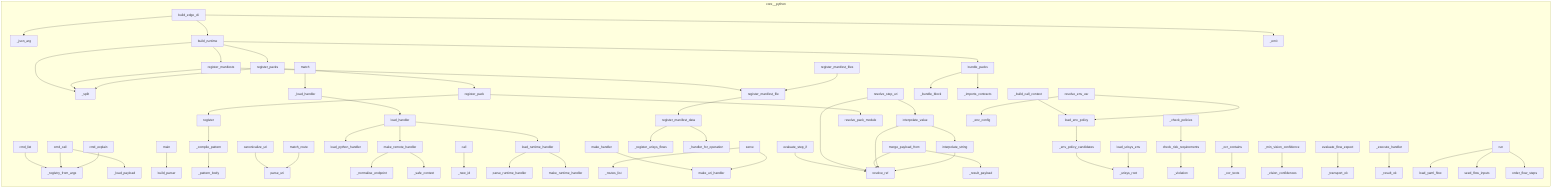
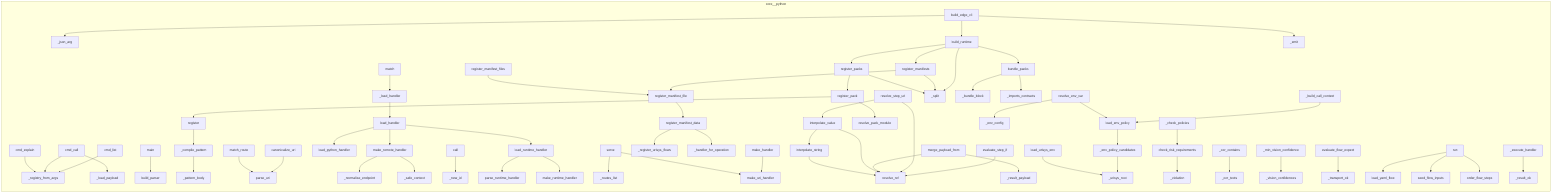
flowchart LR
%% generated in 0.00s
    subgraph core__python
-         core__python__uri_control__edge__compose___split["_split"]
-         core__python__uri_control__edge__runtime__make_handler["make_handler"]
-         core__python__uri_control__edge__flow__loader__load_yaml_flow["load_yaml_flow"]
-         core__python__uri_control__cli__build_parser["build_parser"]
-         core__python__uri_control__handlers__make_remote_handler["make_remote_handler"]
+         core__python__uri_control__registry___compile_pattern["_compile_pattern"]
+         core__python__uri_control__cli___load_payload["_load_payload"]
+         core__python__uri_control__edge__http___routes_list["_routes_list"]
+         core__python__uri_control__parser__canonicalize_uri["canonicalize_uri"]
        core__python__uri_control__edge__flow_refs__evaluate_step_if["evaluate_step_if"]
        core__python__uri_control__edge__compose___bundle_block["_bundle_block"]
-         core__python__uri_control__edge__http___routes_list["_routes_list"]
+         core__python__uri_control__runtime_handlers__load_runtime_handler["load_runtime_handler"]
+         core__python__uri_control__edge__compose__build_runtime["build_runtime"]
+         core__python__uri_control__edge__env___env_config["_env_config"]
+         core__python__uri_control__edge__runtime__Runtime___execute_handler["_execute_handler"]
+         core__python__uri_control__registry___pattern_body["_pattern_body"]
+         core__python__uri_control__edge__flow_refs__interpolate_string["interpolate_string"]
+         core__python__uri_control__edge__compose__bundle_packs["bundle_packs"]
+         core__python__uri_control__handlers__load_handler["load_handler"]
+         core__python__uri_control__edge__manifest__register_manifest_file["register_manifest_file"]
+         core__python__uri_control__edge__flow_expect___ocr_texts["_ocr_texts"]
+         core__python__uri_control__handlers__load_python_handler["load_python_handler"]
+         core__python__uri_control__edge__flow_refs___result_payload["_result_payload"]
+         core__python__uri_control__edge__risk_policy__check_risk_requirements["check_risk_requirements"]
+         core__python__uri_control__edge__runtime__Runtime___load_handler["_load_handler"]
+         core__python__uri_control__edge__flow_refs__resolve_step_uri["resolve_step_uri"]
+         core__python__uri_control__edge__compose___split["_split"]
+         core__python__uri_control__handlers___normalise_endpoint["_normalise_endpoint"]
+         core__python__uri_control__edge__compose___imports_contracts["_imports_contracts"]
+         core__python__uri_control__edge__runtime__Runtime___build_call_context["_build_call_context"]
+         core__python__uri_control__edge__flow__loader__load_yaml_flow["load_yaml_flow"]
+         core__python__uri_control__registry__CapabilityRegistry__register["register"]
+         core__python__uri_control__edge__compose__resolve_pack_module["resolve_pack_module"]
+         core__python__uri_control__cli__cmd_list["cmd_list"]
+         core__python__uri_control__cli___registry_from_args["_registry_from_args"]
+         core__python__uri_control__cli__build_parser["build_parser"]
+         core__python__uri_control__edge__env__load_env_policy["load_env_policy"]
+         core__python__uri_control__edge__env__load_urisys_env["load_urisys_env"]
+         core__python__uri_control__cli__cmd_explain["cmd_explain"]
+         core__python__uri_control__edge__cli__build_edge_cli["build_edge_cli"]
        core__python__uri_control__edge__compose__register_pack["register_pack"]
+         core__python__uri_control__edge__compose__register_manifests["register_manifests"]
+         core__python__uri_control__edge__flow_expect___vision_confidences["_vision_confidences"]
+         core__python__uri_control__edge__flow_expect__evaluate_flow_expect["evaluate_flow_expect"]
+         core__python__uri_control__handlers___safe_context["_safe_context"]
+         core__python__uri_control__edge__manifest___register_urisys_flows["_register_urisys_flows"]
+         core__python__uri_control__edge__runtime__make_handler["make_handler"]
+         core__python__uri_control__dispatcher___new_id["_new_id"]
+         core__python__uri_control__edge__flow_expect___min_vision_confidence["_min_vision_confidence"]
+         core__python__uri_control__edge__cli___json_arg["_json_arg"]
+         core__python__uri_control__runtime_handlers__parse_runtime_handler["parse_runtime_handler"]
+         core__python__uri_control__edge__manifest__register_manifest_files["register_manifest_files"]
+         core__python__uri_control__edge__flow__runner__FlowRunner__run["run"]
+         core__python__uri_control__edge__flow_refs__merge_payload_from["merge_payload_from"]
+         core__python__uri_control__dispatcher__UriControlRuntime__call["call"]
+         core__python__uri_control__edge__flow_expect___ocr_contains["_ocr_contains"]
+         core__python__uri_control__edge__runtime___result_ok["_result_ok"]
+         core__python__uri_control__edge__flow_refs__interpolate_value["interpolate_value"]
        core__python__uri_control__edge__flow__steps__order_flow_steps["order_flow_steps"]
-         core__python__uri_control__edge__flow_refs__interpolate_value["interpolate_value"]
-         core__python__uri_control__handlers___normalise_endpoint["_normalise_endpoint"]
-         core__python__uri_control__edge__compose__bundle_packs["bundle_packs"]
-         core__python__uri_control__edge__env__load_env_policy["load_env_policy"]
-         core__python__uri_control__registry___compile_pattern["_compile_pattern"]
-         core__python__uri_control__registry__CapabilityRegistry__match["match"]
-         core__python__uri_control__cli__cmd_list["cmd_list"]
-         core__python__uri_control__registry___pattern_body["_pattern_body"]
-         core__python__uri_control__edge__flow_expect__evaluate_flow_expect["evaluate_flow_expect"]
-         core__python__uri_control__edge__runtime__Runtime___execute_handler["_execute_handler"]
-         core__python__uri_control__cli__cmd_call["cmd_call"]
-         core__python__uri_control__cli__main["main"]
-         core__python__uri_control__edge__env__load_urisys_env["load_urisys_env"]
-         core__python__uri_control__edge__cli__build_edge_cli["build_edge_cli"]
-         core__python__uri_control__cli___load_payload["_load_payload"]
-         core__python__uri_control__cli___registry_from_args["_registry_from_args"]
-         core__python__uri_control__edge__env___env_config["_env_config"]
-         core__python__uri_control__edge__flow_refs___result_payload["_result_payload"]
+         core__python__uri_control__edge__cli___emit["_emit"]
+         core__python__uri_control__edge__flow_refs__resolve_ref["resolve_ref"]
+         core__python__uri_control__edge__compose__register_packs["register_packs"]
+         core__python__uri_control__edge__runtime__Runtime___check_policies["_check_policies"]
+         core__python__uri_control__edge__risk_policy___violation["_violation"]
        core__python__uri_control__runtime_handlers__make_runtime_handler["make_runtime_handler"]
-         core__python__uri_control__edge__flow_refs__resolve_step_uri["resolve_step_uri"]
-         core__python__uri_control__edge__env___env_policy_candidates["_env_policy_candidates"]
-         core__python__uri_control__edge__manifest___register_urisys_flows["_register_urisys_flows"]
+         core__python__uri_control__edge__env__resolve_env_var["resolve_env_var"]
+         core__python__uri_control__edge__flow_expect___transport_ok["_transport_ok"]
        core__python__uri_control__registry__CapabilityRegistry__match_route["match_route"]
-         core__python__uri_control__runtime_handlers__parse_runtime_handler["parse_runtime_handler"]
-         core__python__uri_control__edge__http__make_uri_handler["make_uri_handler"]
-         core__python__uri_control__edge__cli___json_arg["_json_arg"]
-         core__python__uri_control__edge__compose__resolve_pack_module["resolve_pack_module"]
-         core__python__uri_control__handlers___safe_context["_safe_context"]
-         core__python__uri_control__edge__compose__build_runtime["build_runtime"]
-         core__python__uri_control__edge__compose__register_packs["register_packs"]
-         core__python__uri_control__edge__compose__register_manifests["register_manifests"]
-         core__python__uri_control__edge__compose___imports_contracts["_imports_contracts"]
-         core__python__uri_control__edge__flow_refs__interpolate_string["interpolate_string"]
-         core__python__uri_control__handlers__load_handler["load_handler"]
-         core__python__uri_control__edge__runtime__Runtime___build_call_context["_build_call_context"]
-         core__python__uri_control__edge__flow_refs__merge_payload_from["merge_payload_from"]
-         core__python__uri_control__edge__http__serve["serve"]
-         core__python__uri_control__edge__manifest__register_manifest_files["register_manifest_files"]
-         core__python__uri_control__edge__cli___emit["_emit"]
-         core__python__uri_control__edge__flow_expect___ocr_texts["_ocr_texts"]
        core__python__uri_control__edge__flow_refs__seed_flow_inputs["seed_flow_inputs"]
        core__python__uri_control__edge__manifest__register_manifest_data["register_manifest_data"]
-         core__python__uri_control__edge__env__resolve_env_var["resolve_env_var"]
        core__python__uri_control__parser__parse_uri["parse_uri"]
-         core__python__uri_control__edge__flow__runner__FlowRunner__run["run"]
-         core__python__uri_control__cli__cmd_explain["cmd_explain"]
-         core__python__uri_control__edge__flow_expect___vision_confidences["_vision_confidences"]
-         core__python__uri_control__edge__flow_expect___ocr_contains["_ocr_contains"]
-         core__python__uri_control__edge__risk_policy__check_risk_requirements["check_risk_requirements"]
-         core__python__uri_control__runtime_handlers__load_runtime_handler["load_runtime_handler"]
-         core__python__uri_control__registry__CapabilityRegistry__register["register"]
-         core__python__uri_control__parser__canonicalize_uri["canonicalize_uri"]
-         core__python__uri_control__edge__flow_refs__resolve_ref["resolve_ref"]
-         core__python__uri_control__dispatcher__UriControlRuntime__call["call"]
-         core__python__uri_control__edge__manifest__register_manifest_file["register_manifest_file"]
+         core__python__uri_control__edge__http__serve["serve"]
+         core__python__uri_control__edge__http__make_uri_handler["make_uri_handler"]
+         core__python__uri_control__edge__env___env_policy_candidates["_env_policy_candidates"]
+         core__python__uri_control__cli__main["main"]
+         core__python__uri_control__handlers__make_remote_handler["make_remote_handler"]
        core__python__uri_control__edge__manifest___handler_for_operation["_handler_for_operation"]
-         core__python__uri_control__edge__flow_expect___min_vision_confidence["_min_vision_confidence"]
-         core__python__uri_control__edge__risk_policy___violation["_violation"]
-         core__python__uri_control__edge__flow_expect___transport_ok["_transport_ok"]
-         core__python__uri_control__handlers__load_python_handler["load_python_handler"]
-         core__python__uri_control__edge__runtime__Runtime___load_handler["_load_handler"]
-         core__python__uri_control__edge__runtime__Runtime___check_policies["_check_policies"]
-         core__python__uri_control__dispatcher___new_id["_new_id"]
+         core__python__uri_control__registry__CapabilityRegistry__match["match"]
+         core__python__uri_control__cli__cmd_call["cmd_call"]
        core__python__uri_control__edge__env___urisys_root["_urisys_root"]
-         core__python__uri_control__edge__runtime___result_ok["_result_ok"]
    end
    core__python__uri_control__cli__cmd_explain --> core__python__uri_control__cli___registry_from_args
    core__python__uri_control__cli__cmd_call --> core__python__uri_control__cli___registry_from_args
    core__python__uri_control__cli__cmd_call --> core__python__uri_control__cli___load_payload
    core__python__uri_control__cli__cmd_list --> core__python__uri_control__cli___registry_from_args
    core__python__uri_control__cli__main --> core__python__uri_control__cli__build_parser
    core__python__uri_control__registry___compile_pattern --> core__python__uri_control__registry___pattern_body
    core__python__uri_control__registry__CapabilityRegistry__register --> core__python__uri_control__registry___compile_pattern
    core__python__uri_control__registry__CapabilityRegistry__match_route --> core__python__uri_control__parser__parse_uri
    core__python__uri_control__registry__CapabilityRegistry__match --> core__python__uri_control__edge__runtime__Runtime___load_handler
    core__python__uri_control__handlers__make_remote_handler --> core__python__uri_control__handlers___normalise_endpoint
    core__python__uri_control__handlers__make_remote_handler --> core__python__uri_control__handlers___safe_context
    core__python__uri_control__handlers__load_handler --> core__python__uri_control__handlers__load_python_handler
    core__python__uri_control__handlers__load_handler --> core__python__uri_control__runtime_handlers__load_runtime_handler
    core__python__uri_control__handlers__load_handler --> core__python__uri_control__handlers__make_remote_handler
    core__python__uri_control__parser__canonicalize_uri --> core__python__uri_control__parser__parse_uri
    core__python__uri_control__dispatcher__UriControlRuntime__call --> core__python__uri_control__dispatcher___new_id
    core__python__uri_control__runtime_handlers__load_runtime_handler --> core__python__uri_control__runtime_handlers__parse_runtime_handler
    core__python__uri_control__runtime_handlers__load_runtime_handler --> core__python__uri_control__runtime_handlers__make_runtime_handler
    core__python__uri_control__edge__cli__build_edge_cli --> core__python__uri_control__edge__cli___json_arg
    core__python__uri_control__edge__cli__build_edge_cli --> core__python__uri_control__edge__compose__build_runtime
    core__python__uri_control__edge__cli__build_edge_cli --> core__python__uri_control__edge__cli___emit
    core__python__uri_control__edge__http__serve --> core__python__uri_control__edge__http___routes_list
    core__python__uri_control__edge__http__serve --> core__python__uri_control__edge__http__make_uri_handler
    core__python__uri_control__edge__manifest__register_manifest_file --> core__python__uri_control__edge__manifest__register_manifest_data
    core__python__uri_control__edge__manifest__register_manifest_data --> core__python__uri_control__edge__manifest___register_urisys_flows
    core__python__uri_control__edge__manifest__register_manifest_data --> core__python__uri_control__edge__manifest___handler_for_operation
    core__python__uri_control__edge__manifest__register_manifest_files --> core__python__uri_control__edge__manifest__register_manifest_file
    core__python__uri_control__edge__flow_refs__interpolate_string --> core__python__uri_control__edge__flow_refs__resolve_ref
    core__python__uri_control__edge__flow_refs__interpolate_value --> core__python__uri_control__edge__flow_refs__resolve_ref
    core__python__uri_control__edge__flow_refs__interpolate_value --> core__python__uri_control__edge__flow_refs__interpolate_string
    core__python__uri_control__edge__flow_refs__merge_payload_from --> core__python__uri_control__edge__flow_refs___result_payload
    core__python__uri_control__edge__flow_refs__merge_payload_from --> core__python__uri_control__edge__flow_refs__resolve_ref
    core__python__uri_control__edge__flow_refs__resolve_step_uri --> core__python__uri_control__edge__flow_refs__interpolate_value
    core__python__uri_control__edge__flow_refs__resolve_step_uri --> core__python__uri_control__edge__flow_refs__resolve_ref
    core__python__uri_control__edge__flow_refs__evaluate_step_if --> core__python__uri_control__edge__flow_refs__resolve_ref
    core__python__uri_control__edge__compose__register_pack --> core__python__uri_control__edge__compose__resolve_pack_module
    core__python__uri_control__edge__compose__register_pack --> core__python__uri_control__registry__CapabilityRegistry__register
    core__python__uri_control__edge__compose__register_packs --> core__python__uri_control__edge__compose__register_pack
    core__python__uri_control__edge__compose__register_packs --> core__python__uri_control__edge__compose___split
    core__python__uri_control__edge__compose__register_manifests --> core__python__uri_control__edge__compose___split
    core__python__uri_control__edge__compose__register_manifests --> core__python__uri_control__edge__manifest__register_manifest_file
    core__python__uri_control__edge__compose__bundle_packs --> core__python__uri_control__edge__compose___bundle_block
    core__python__uri_control__edge__compose__bundle_packs --> core__python__uri_control__edge__compose___imports_contracts
    core__python__uri_control__edge__compose__build_runtime --> core__python__uri_control__edge__compose___split
    core__python__uri_control__edge__compose__build_runtime --> core__python__uri_control__edge__compose__register_packs
    core__python__uri_control__edge__compose__build_runtime --> core__python__uri_control__edge__compose__register_manifests
    core__python__uri_control__edge__compose__build_runtime --> core__python__uri_control__edge__compose__bundle_packs
    core__python__uri_control__edge__env__load_urisys_env --> core__python__uri_control__edge__env___urisys_root
    core__python__uri_control__edge__env___env_policy_candidates --> core__python__uri_control__edge__env___urisys_root
    core__python__uri_control__edge__env__load_env_policy --> core__python__uri_control__edge__env___env_policy_candidates
    core__python__uri_control__edge__env__resolve_env_var --> core__python__uri_control__edge__env___env_config
    core__python__uri_control__edge__env__resolve_env_var --> core__python__uri_control__edge__env__load_env_policy
    core__python__uri_control__edge__risk_policy__check_risk_requirements --> core__python__uri_control__edge__risk_policy___violation
    core__python__uri_control__edge__flow_expect___ocr_contains --> core__python__uri_control__edge__flow_expect___ocr_texts
    core__python__uri_control__edge__flow_expect___min_vision_confidence --> core__python__uri_control__edge__flow_expect___vision_confidences
    core__python__uri_control__edge__flow_expect__evaluate_flow_expect --> core__python__uri_control__edge__flow_expect___transport_ok
+     core__python__uri_control__edge__flow__runner__FlowRunner__run --> core__python__uri_control__edge__flow__loader__load_yaml_flow
+     core__python__uri_control__edge__flow__runner__FlowRunner__run --> core__python__uri_control__edge__flow_refs__seed_flow_inputs
+     core__python__uri_control__edge__flow__runner__FlowRunner__run --> core__python__uri_control__edge__flow__steps__order_flow_steps
    core__python__uri_control__edge__runtime__Runtime___load_handler --> core__python__uri_control__handlers__load_handler
    core__python__uri_control__edge__runtime__Runtime___check_policies --> core__python__uri_control__edge__risk_policy__check_risk_requirements
    core__python__uri_control__edge__runtime__Runtime___build_call_context --> core__python__uri_control__edge__env__load_env_policy
    core__python__uri_control__edge__runtime__Runtime___execute_handler --> core__python__uri_control__edge__runtime___result_ok
    core__python__uri_control__edge__runtime__make_handler --> core__python__uri_control__edge__http__make_uri_handler
-     core__python__uri_control__edge__flow__runner__FlowRunner__run --> core__python__uri_control__edge__flow__loader__load_yaml_flow
-     core__python__uri_control__edge__flow__runner__FlowRunner__run --> core__python__uri_control__edge__flow_refs__seed_flow_inputs
-     core__python__uri_control__edge__flow__runner__FlowRunner__run --> core__python__uri_control__edge__flow__steps__order_flow_steps
